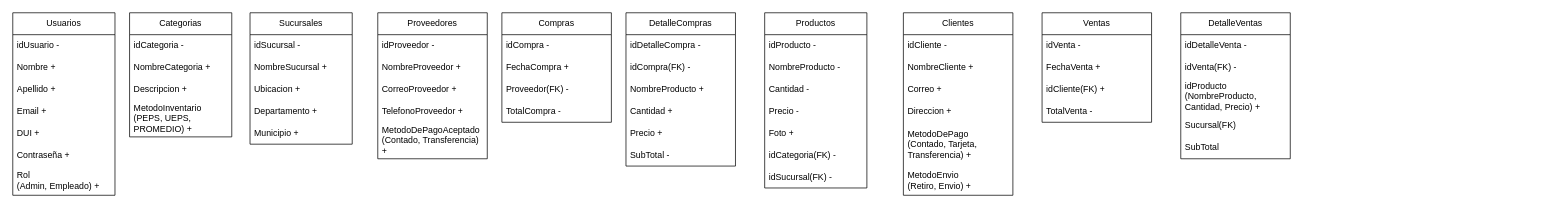
This is Sistema_de_Inventario.drawio from josue952/Sistema_De_Inventario, a draw.io file, before an edit. Source tidied: cells renumbered, new cells numbered last; positions are measured from the earlier drawing's top-left corner, leaving out a move shared by most shapes. Both pictures are drawn from the tidied source at 73%, with x=0, y=0 at pixel (12, 12).
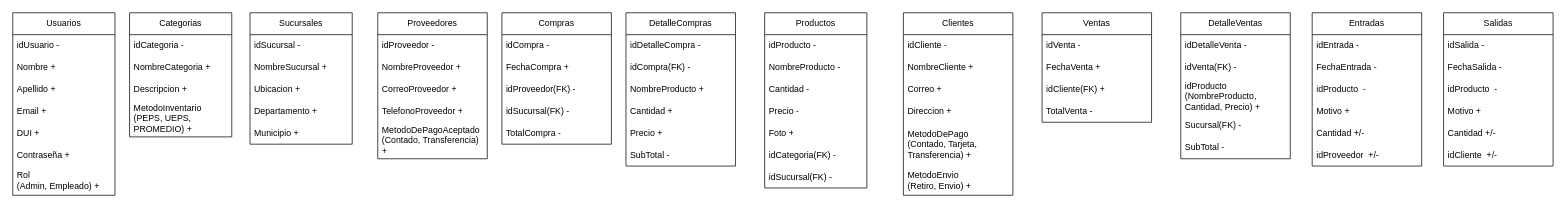
The same diagram, later.

Commit message (it also covers changes not shown here):
Se actualiza el draw.io de la base de datos

The change refers to these unchanged cells:
```xml
<mxCell id="59" value="DetalleVentas" style="swimlane;fontStyle=0;horizontal=1;startSize=30;whiteSpace=wrap;html=1;" parent="1" vertex="1">
  <mxGeometry x="1600" width="150" height="200" as="geometry" />
</mxCell>
```

Diff of the diagram source:
```diff
@@
     <mxCell id="35" value="Compras" style="swimlane;fontStyle=0;horizontal=1;startSize=30;whiteSpace=wrap;html=1;" parent="1" vertex="1">
-      <mxGeometry x="670" width="150" height="150" as="geometry" />
+      <mxGeometry x="670" width="150" height="180" as="geometry" />
     </mxCell>
@@
-    <mxCell id="38" value="Proveedor(FK) -" style="text;strokeColor=none;fillColor=none;align=left;verticalAlign=middle;spacingLeft=4;spacingRight=4;overflow=hidden;whiteSpace=wrap;html=1;" parent="35" vertex="1">
+    <mxCell id="38" value="idProveedor(FK) -" style="text;strokeColor=none;fillColor=none;align=left;verticalAlign=middle;spacingLeft=4;spacingRight=4;overflow=hidden;whiteSpace=wrap;html=1;" parent="35" vertex="1">
       <mxGeometry y="90" width="150" height="30" as="geometry" />
     </mxCell>
+    <mxCell id="65" value="idSucursal(FK) -" style="text;strokeColor=none;fillColor=none;align=left;verticalAlign=middle;spacingLeft=4;spacingRight=4;overflow=hidden;whiteSpace=wrap;html=1;" parent="35" vertex="1">
+      <mxGeometry y="120" width="150" height="30" as="geometry" />
+    </mxCell>
     <mxCell id="39" value="TotalCompra -" style="text;strokeColor=none;fillColor=none;align=left;verticalAlign=middle;spacingLeft=4;spacingRight=4;overflow=hidden;whiteSpace=wrap;html=1;" parent="35" vertex="1">
-      <mxGeometry y="120" width="150" height="30" as="geometry" />
+      <mxGeometry y="150" width="150" height="30" as="geometry" />
     </mxCell>
@@
-    <mxCell id="63" value="Sucursal(FK)" style="text;strokeColor=none;fillColor=none;align=left;verticalAlign=middle;spacingLeft=4;spacingRight=4;overflow=hidden;whiteSpace=wrap;html=1;" parent="59" vertex="1">
+    <mxCell id="63" value="Sucursal(FK) -" style="text;strokeColor=none;fillColor=none;align=left;verticalAlign=middle;spacingLeft=4;spacingRight=4;overflow=hidden;whiteSpace=wrap;html=1;" parent="59" vertex="1">
       <mxGeometry y="140" width="150" height="30" as="geometry" />
     </mxCell>
-    <mxCell id="64" value="SubTotal" style="text;strokeColor=none;fillColor=none;align=left;verticalAlign=middle;spacingLeft=4;spacingRight=4;overflow=hidden;whiteSpace=wrap;html=1;" parent="59" vertex="1">
+    <mxCell id="64" value="SubTotal -" style="text;strokeColor=none;fillColor=none;align=left;verticalAlign=middle;spacingLeft=4;spacingRight=4;overflow=hidden;whiteSpace=wrap;html=1;" parent="59" vertex="1">
       <mxGeometry y="170" width="150" height="30" as="geometry" />
     </mxCell>
+    <mxCell id="66" value="Entradas" style="swimlane;fontStyle=0;horizontal=1;startSize=30;whiteSpace=wrap;html=1;" parent="1" vertex="1">
+      <mxGeometry x="1780" width="150" height="210" as="geometry" />
+    </mxCell>
+    <mxCell id="67" value="idEntrada -" style="text;strokeColor=none;fillColor=none;align=left;verticalAlign=middle;spacingLeft=4;spacingRight=4;overflow=hidden;whiteSpace=wrap;html=1;" parent="66" vertex="1">
+      <mxGeometry y="30" width="150" height="30" as="geometry" />
+    </mxCell>
+    <mxCell id="68" value="FechaEntrada -" style="text;strokeColor=none;fillColor=none;align=left;verticalAlign=middle;spacingLeft=4;spacingRight=4;overflow=hidden;whiteSpace=wrap;html=1;" parent="66" vertex="1">
+      <mxGeometry y="60" width="150" height="30" as="geometry" />
+    </mxCell>
+    <mxCell id="69" value="idProducto&amp;nbsp; -" style="text;strokeColor=none;fillColor=none;align=left;verticalAlign=middle;spacingLeft=4;spacingRight=4;overflow=hidden;whiteSpace=wrap;html=1;" parent="66" vertex="1">
+      <mxGeometry y="90" width="150" height="30" as="geometry" />
+    </mxCell>
+    <mxCell id="70" value="Motivo +" style="text;strokeColor=none;fillColor=none;align=left;verticalAlign=middle;spacingLeft=4;spacingRight=4;overflow=hidden;whiteSpace=wrap;html=1;" parent="66" vertex="1">
+      <mxGeometry y="120" width="150" height="30" as="geometry" />
+    </mxCell>
+    <mxCell id="71" value="Cantidad +/-" style="text;strokeColor=none;fillColor=none;align=left;verticalAlign=middle;spacingLeft=4;spacingRight=4;overflow=hidden;whiteSpace=wrap;html=1;" parent="66" vertex="1">
+      <mxGeometry y="150" width="150" height="30" as="geometry" />
+    </mxCell>
+    <mxCell id="72" value="idProveedor&amp;nbsp; +/-" style="text;strokeColor=none;fillColor=none;align=left;verticalAlign=middle;spacingLeft=4;spacingRight=4;overflow=hidden;whiteSpace=wrap;html=1;" parent="66" vertex="1">
+      <mxGeometry y="180" width="150" height="30" as="geometry" />
+    </mxCell>
+    <mxCell id="73" value="Salidas" style="swimlane;fontStyle=0;horizontal=1;startSize=30;whiteSpace=wrap;html=1;" parent="1" vertex="1">
+      <mxGeometry x="1960" width="150" height="210" as="geometry" />
+    </mxCell>
+    <mxCell id="74" value="idSalida -" style="text;strokeColor=none;fillColor=none;align=left;verticalAlign=middle;spacingLeft=4;spacingRight=4;overflow=hidden;whiteSpace=wrap;html=1;" parent="73" vertex="1">
+      <mxGeometry y="30" width="150" height="30" as="geometry" />
+    </mxCell>
+    <mxCell id="75" value="FechaSalida -" style="text;strokeColor=none;fillColor=none;align=left;verticalAlign=middle;spacingLeft=4;spacingRight=4;overflow=hidden;whiteSpace=wrap;html=1;" parent="73" vertex="1">
+      <mxGeometry y="60" width="150" height="30" as="geometry" />
+    </mxCell>
+    <mxCell id="76" value="idProducto&amp;nbsp; -" style="text;strokeColor=none;fillColor=none;align=left;verticalAlign=middle;spacingLeft=4;spacingRight=4;overflow=hidden;whiteSpace=wrap;html=1;" parent="73" vertex="1">
+      <mxGeometry y="90" width="150" height="30" as="geometry" />
+    </mxCell>
+    <mxCell id="77" value="Motivo +" style="text;strokeColor=none;fillColor=none;align=left;verticalAlign=middle;spacingLeft=4;spacingRight=4;overflow=hidden;whiteSpace=wrap;html=1;" parent="73" vertex="1">
+      <mxGeometry y="120" width="150" height="30" as="geometry" />
+    </mxCell>
+    <mxCell id="78" value="Cantidad +/-" style="text;strokeColor=none;fillColor=none;align=left;verticalAlign=middle;spacingLeft=4;spacingRight=4;overflow=hidden;whiteSpace=wrap;html=1;" parent="73" vertex="1">
+      <mxGeometry y="150" width="150" height="30" as="geometry" />
+    </mxCell>
+    <mxCell id="79" value="idCliente&amp;nbsp; +/-" style="text;strokeColor=none;fillColor=none;align=left;verticalAlign=middle;spacingLeft=4;spacingRight=4;overflow=hidden;whiteSpace=wrap;html=1;" parent="73" vertex="1">
+      <mxGeometry y="180" width="150" height="30" as="geometry" />
+    </mxCell>
```
